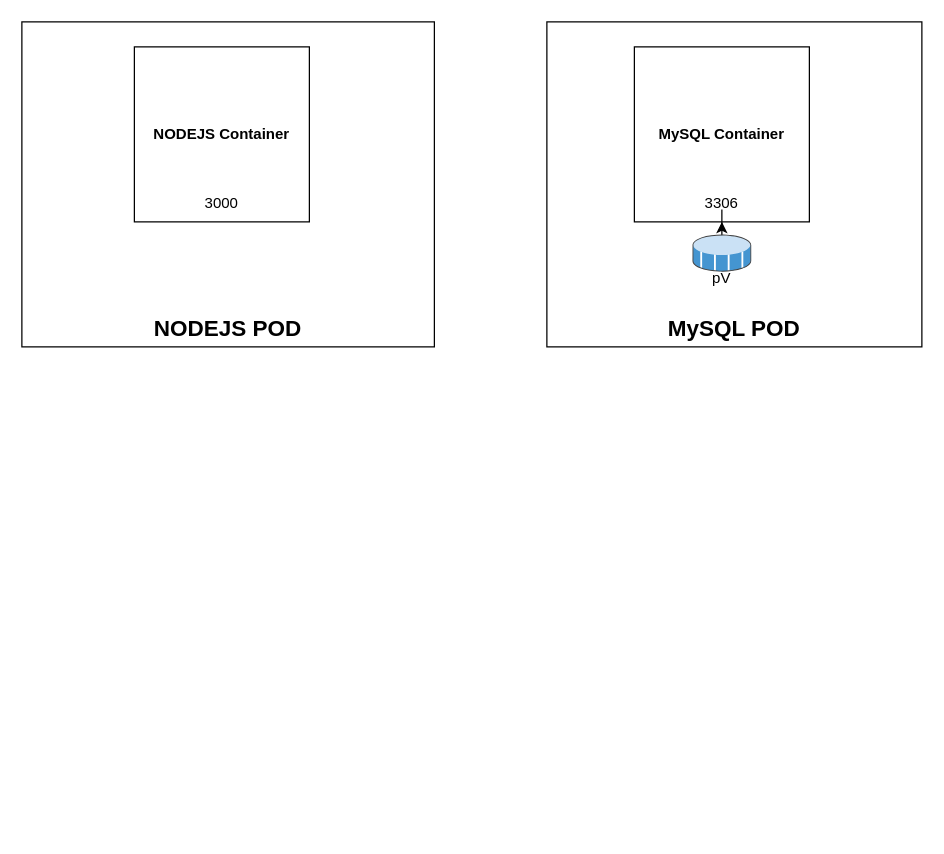
The draw.io diagram Untitled Diagram.drawio in nawab312/containerized-web-app, before the edit. Source tidied: cells renumbered, new cells numbered last; positions are measured from the earlier drawing's top-left corner, leaving out a move shared by most shapes. Both pictures are drawn from the tidied source at 125%, with x=0, y=0 at pixel (21, 21).
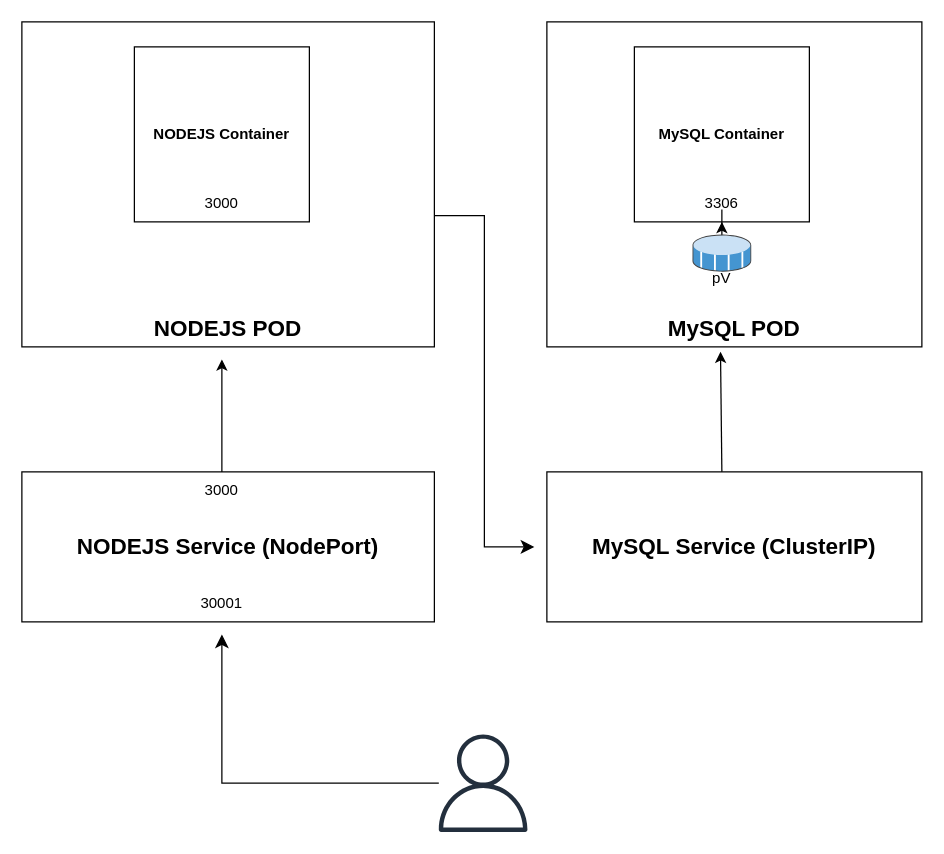
After the change.

Unchanged cells that the change refers to:
```xml
<mxCell id="3" value="&lt;font style=&quot;font-size: 18px;&quot;&gt;&lt;b&gt;MySQL POD&lt;br&gt;&lt;/b&gt;&lt;/font&gt;" style="rounded=0;whiteSpace=wrap;html=1;labelPosition=center;verticalLabelPosition=middle;align=center;verticalAlign=bottom;" parent="1" vertex="1">
  <mxGeometry x="420" width="300" height="260" as="geometry" />
</mxCell>
```

Diff of the diagram source:
```diff
@@
+    <mxCell id="11" value="&lt;font style=&quot;font-size: 18px;&quot;&gt;&lt;b&gt;NODEJS Service (NodePort)&lt;br&gt;&lt;/b&gt;&lt;/font&gt;" style="rounded=0;whiteSpace=wrap;html=1;verticalAlign=middle;" parent="1" vertex="1">
+      <mxGeometry y="360" width="330" height="120" as="geometry" />
+    </mxCell>
+    <mxCell id="12" value="30001" style="text;html=1;align=center;verticalAlign=middle;whiteSpace=wrap;rounded=0;" parent="1" vertex="1">
+      <mxGeometry x="130" y="450" width="60" height="30" as="geometry" />
+    </mxCell>
+    <mxCell id="13" value="3000" style="text;html=1;align=center;verticalAlign=middle;whiteSpace=wrap;rounded=0;" parent="1" vertex="1">
+      <mxGeometry x="130" y="360" width="60" height="30" as="geometry" />
+    </mxCell>
+    <mxCell id="14" value="&lt;font style=&quot;font-size: 18px;&quot;&gt;&lt;b&gt;MySQL Service (ClusterIP)&lt;/b&gt;&lt;/font&gt;" style="rounded=0;whiteSpace=wrap;html=1;verticalAlign=middle;" parent="1" vertex="1">
+      <mxGeometry x="420" y="360" width="300" height="120" as="geometry" />
+    </mxCell>
+    <mxCell id="15" style="sketch=0;outlineConnect=0;fontColor=#232F3E;gradientColor=none;fillColor=#232F3D;strokeColor=none;dashed=0;verticalLabelPosition=bottom;verticalAlign=top;align=center;html=1;fontSize=12;fontStyle=0;shape=mxgraph.aws4.user;" parent="1" vertex="1">
+      <mxGeometry x="330" y="570" width="78" height="78" as="geometry" />
+    </mxCell>
+    <mxCell id="16" style="edgeStyle=segmentEdgeStyle;endArrow=classic;html=1;curved=0;rounded=0;endSize=8;startSize=8;" parent="1" edge="1" source="15">
+      <mxGeometry relative="1" as="geometry">
+        <mxPoint x="160" y="490" as="targetPoint" />
+      </mxGeometry>
+    </mxCell>
+    <mxCell id="17" style="endArrow=classic;html=1;rounded=0;" parent="1" edge="1">
+      <mxGeometry relative="1" as="geometry">
+        <mxPoint x="160" y="360" as="sourcePoint" />
+        <mxPoint x="160" y="270" as="targetPoint" />
+      </mxGeometry>
+    </mxCell>
+    <mxCell id="18" style="edgeStyle=elbowEdgeStyle;elbow=horizontal;endArrow=classic;html=1;curved=0;rounded=0;endSize=8;startSize=8;" parent="1" edge="1">
+      <mxGeometry relative="1" as="geometry">
+        <mxPoint x="330" y="155" as="sourcePoint" />
+        <mxPoint x="410" y="420" as="targetPoint" />
+      </mxGeometry>
+    </mxCell>
+    <mxCell id="19" style="endArrow=classic;html=1;rounded=0;entryX=0.463;entryY=1.015;entryDx=0;entryDy=0;entryPerimeter=0;" parent="1" edge="1" target="3">
+      <mxGeometry relative="1" as="geometry">
+        <mxPoint x="560" y="360" as="sourcePoint" />
+      </mxGeometry>
+    </mxCell>
```
